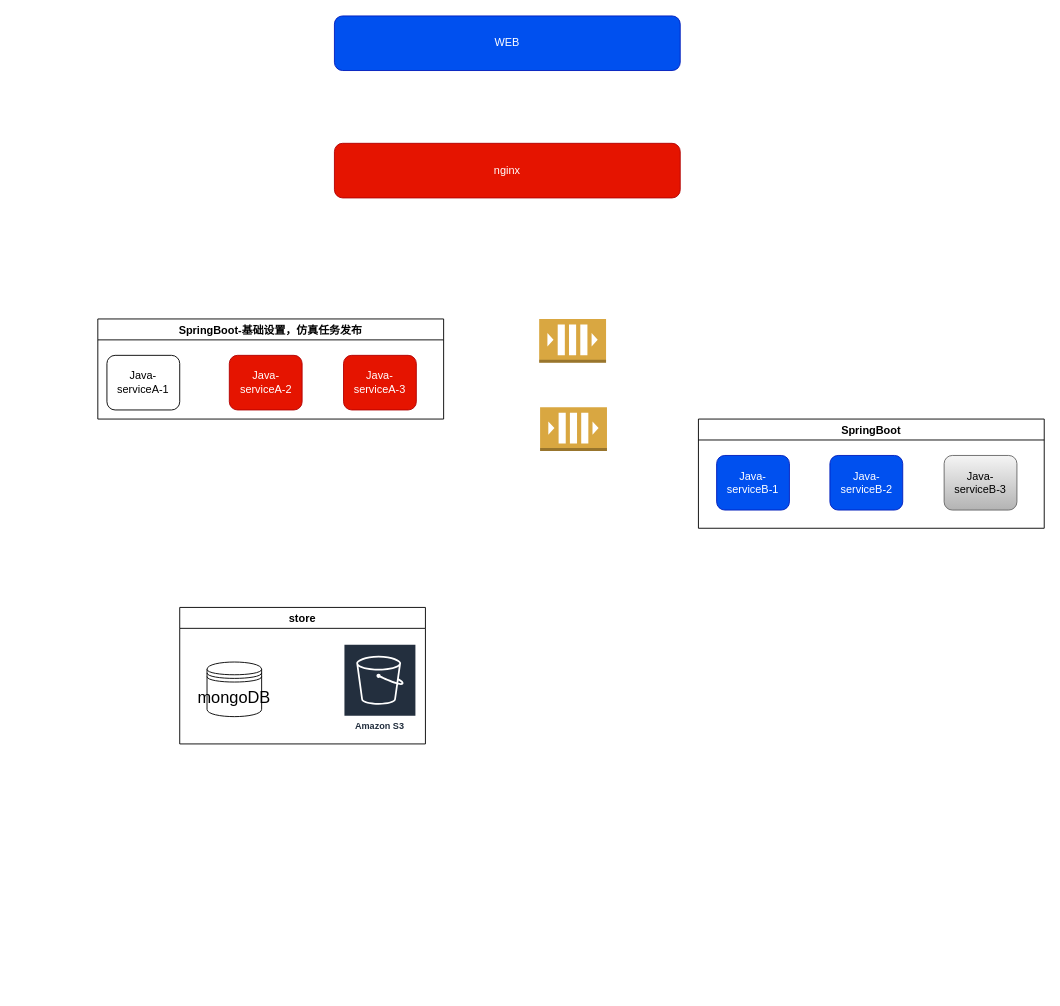
Earlier version of the draw.io diagram doc/TechBusiness.drawio (yezhen701/VTCAD). Source tidied: cells renumbered, new cells numbered last; positions are measured from the earlier drawing's top-left corner, leaving out a move shared by most shapes. Both pictures are drawn from the tidied source at 91%, with x=0, y=0 at pixel (97, 15).
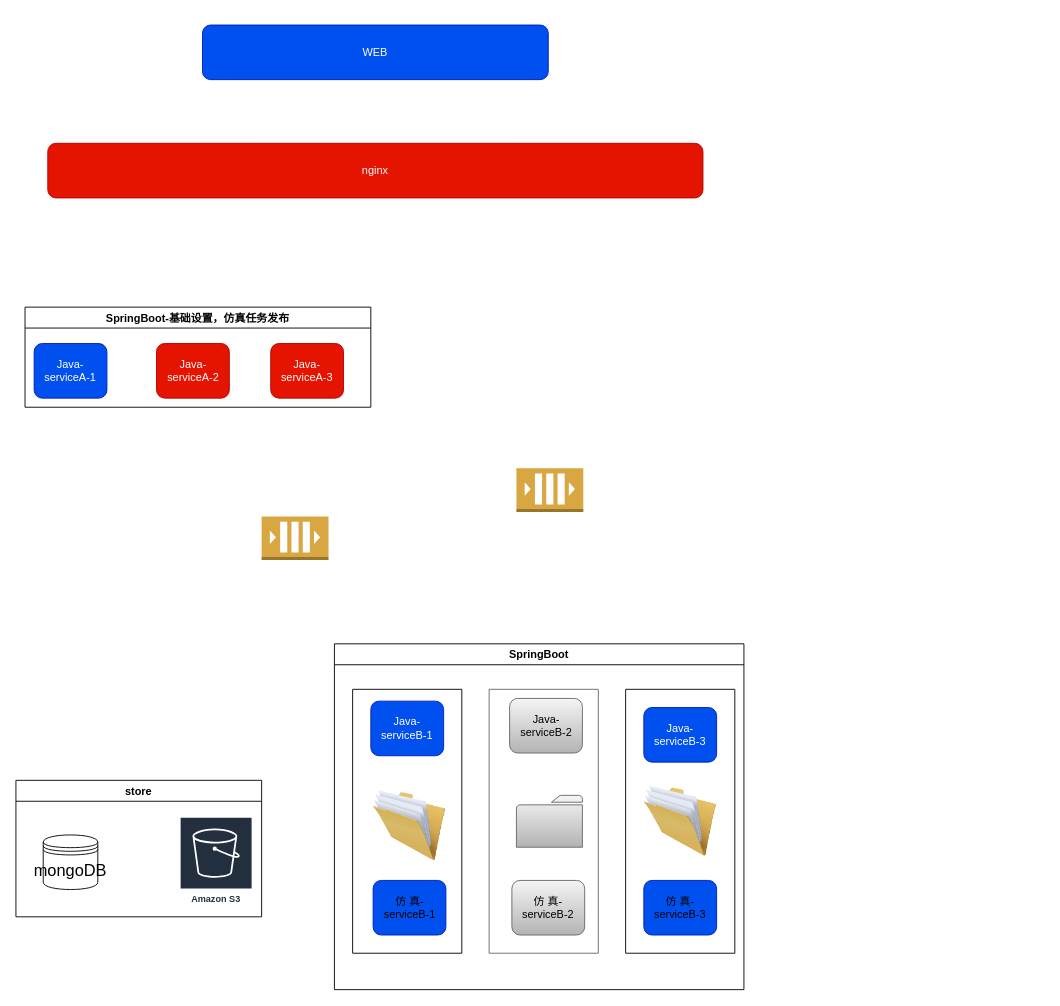
The same page after the edit.

What changed in the source:
```diff
@@
     <mxCell id="2" value="WEB" style="rounded=1;whiteSpace=wrap;html=1;fontColor=#ffffff;strokeColor=#001DBC;fillColor=#0050ef;" parent="1" vertex="1">
-      <mxGeometry x="260" width="380" height="60" as="geometry" />
+      <mxGeometry x="115" y="10" width="380" height="60" as="geometry" />
     </mxCell>
     <mxCell id="3" value="store" style="swimlane;fontColor=default;strokeColor=default;fillColor=default;" parent="1" vertex="1">
-      <mxGeometry x="90" y="650" width="270" height="150" as="geometry" />
+      <mxGeometry x="-90" y="840" width="270" height="150" as="geometry" />
     </mxCell>
@@
     <mxCell id="6" value="nginx" style="rounded=1;whiteSpace=wrap;html=1;fontColor=#ffffff;strokeColor=#B20000;fillColor=#e51400;" parent="1" vertex="1">
-      <mxGeometry x="260" y="140" width="380" height="60" as="geometry" />
+      <mxGeometry x="-55" y="140" width="720" height="60" as="geometry" />
     </mxCell>
     <mxCell id="7" value="SpringBoot-基础设置，仿真任务发布" style="swimlane;fontColor=default;strokeColor=default;fillColor=default;" parent="1" vertex="1">
-      <mxGeometry y="333" width="380" height="110" as="geometry" />
+      <mxGeometry x="-80" y="320" width="380" height="110" as="geometry" />
     </mxCell>
-    <mxCell id="8" value="Java-serviceA-1" style="rounded=1;whiteSpace=wrap;html=1;fontColor=default;strokeColor=default;fillColor=default;" parent="7" vertex="1">
+    <mxCell id="8" value="Java-serviceA-1" style="rounded=1;whiteSpace=wrap;html=1;fontColor=#ffffff;strokeColor=#001DBC;fillColor=#0050ef;" parent="7" vertex="1">
       <mxGeometry x="10" y="40" width="80" height="60" as="geometry" />
     </mxCell>
@@
     <mxCell id="11" value="SpringBoot" style="swimlane;fontColor=default;strokeColor=default;fillColor=default;" parent="1" vertex="1">
-      <mxGeometry x="660" y="443" width="380" height="120" as="geometry" />
+      <mxGeometry x="260" y="690" width="450" height="380" as="geometry" />
     </mxCell>
+    <mxCell id="17" style="swimlane;startSize=0;fontColor=#333333;strokeColor=#666666;fillColor=#E6E6E6;" parent="11" vertex="1">
+      <mxGeometry x="170" y="50" width="120" height="290" as="geometry" />
+    </mxCell>
+    <mxCell id="13" value="Java-serviceB-2" style="rounded=1;whiteSpace=wrap;html=1;strokeColor=#666666;fillColor=#f5f5f5;gradientColor=#b3b3b3;fontColor=default;" parent="17" vertex="1">
+      <mxGeometry x="22.5" y="10" width="80" height="60" as="geometry" />
+    </mxCell>
+    <mxCell id="18" value="仿 真-serviceB-2" style="rounded=1;whiteSpace=wrap;html=1;strokeColor=#666666;fillColor=#f5f5f5;gradientColor=#b3b3b3;fontColor=default;" parent="17" vertex="1">
+      <mxGeometry x="25" y="210" width="80" height="60" as="geometry" />
+    </mxCell>
+    <mxCell id="19" style="sketch=0;shadow=0;dashed=0;html=1;strokeColor=#666666;fillColor=#f5f5f5;labelPosition=center;verticalLabelPosition=bottom;verticalAlign=top;align=center;shape=mxgraph.office.concepts.folder;dashPattern=1 1;labelBackgroundColor=#ffffff;gradientColor=#b3b3b3;fontColor=default;" parent="17" vertex="1">
+      <mxGeometry x="30" y="116.5" width="72.5" height="57" as="geometry" />
+    </mxCell>
+    <mxCell id="20" style="swimlane;startSize=0;fontColor=default;strokeColor=default;fillColor=default;" parent="11" vertex="1">
+      <mxGeometry x="20" y="50" width="120" height="290" as="geometry" />
+    </mxCell>
-    <mxCell id="12" value="Java-serviceB-1" style="rounded=1;whiteSpace=wrap;html=1;fontColor=#ffffff;strokeColor=#001DBC;fillColor=#0050ef;" parent="11" vertex="1">
-      <mxGeometry x="20" y="40" width="80" height="60" as="geometry" />
+    <mxCell id="12" value="Java-serviceB-1" style="rounded=1;whiteSpace=wrap;html=1;fontColor=#ffffff;strokeColor=#001DBC;fillColor=#0050ef;" parent="20" vertex="1">
+      <mxGeometry x="20" y="13" width="80" height="60" as="geometry" />
     </mxCell>
-    <mxCell id="13" value="Java-serviceB-2" style="rounded=1;whiteSpace=wrap;html=1;fontColor=#ffffff;strokeColor=#001DBC;fillColor=#0050ef;" parent="11" vertex="1">
-      <mxGeometry x="144.5" y="40" width="80" height="60" as="geometry" />
-    </mxCell>
+    <mxCell id="21" value="仿 真-serviceB-1" style="rounded=1;whiteSpace=wrap;html=1;fontColor=default;strokeColor=#001DBC;fillColor=#0050ef;" parent="20" vertex="1">
+      <mxGeometry x="22.5" y="210" width="80" height="60" as="geometry" />
+    </mxCell>
+    <mxCell id="22" style="image;html=1;image=img/lib/clip_art/general/Full_Folder_128x128.png;shadow=0;dashed=0;labelBackgroundColor=#ffffff;fontColor=default;strokeColor=default;strokeWidth=2;fillColor=none;verticalAlign=top;" parent="20" vertex="1">
+      <mxGeometry x="22.5" y="110" width="80" height="80" as="geometry" />
+    </mxCell>
+    <mxCell id="23" style="swimlane;startSize=0;fontColor=default;strokeColor=default;fillColor=default;" parent="11" vertex="1">
+      <mxGeometry x="320" y="50" width="120" height="290" as="geometry" />
+    </mxCell>
-    <mxCell id="14" value="Java-serviceB-3" style="rounded=1;whiteSpace=wrap;html=1;strokeColor=#666666;fillColor=#f5f5f5;gradientColor=#b3b3b3;fontColor=default;" parent="11" vertex="1">
-      <mxGeometry x="270" y="40" width="80" height="60" as="geometry" />
+    <mxCell id="14" value="Java-serviceB-3" style="rounded=1;whiteSpace=wrap;html=1;strokeColor=#001DBC;fillColor=#0050ef;fontColor=#ffffff;" parent="23" vertex="1">
+      <mxGeometry x="20" y="20" width="80" height="60" as="geometry" />
     </mxCell>
+    <mxCell id="24" value="仿 真-serviceB-3" style="rounded=1;whiteSpace=wrap;html=1;strokeColor=#001DBC;fillColor=#0050ef;fontColor=default;" parent="23" vertex="1">
+      <mxGeometry x="20" y="210" width="80" height="60" as="geometry" />
+    </mxCell>
+    <mxCell id="25" style="image;html=1;image=img/lib/clip_art/general/Full_Folder_128x128.png;shadow=0;dashed=0;labelBackgroundColor=#ffffff;fontColor=default;strokeColor=default;strokeWidth=2;fillColor=none;verticalAlign=top;" parent="23" vertex="1">
+      <mxGeometry x="20" y="105" width="80" height="80" as="geometry" />
+    </mxCell>
     <mxCell id="15" style="dashed=0;verticalLabelPosition=bottom;verticalAlign=top;align=center;html=1;shape=mxgraph.aws3.queue;fillColor=#D9A741;gradientColor=none;fontColor=default;strokeColor=default;" parent="1" vertex="1">
-      <mxGeometry x="485" y="333" width="73.5" height="48" as="geometry" />
+      <mxGeometry x="460" y="497" width="73.5" height="48" as="geometry" />
     </mxCell>
     <mxCell id="16" style="dashed=0;verticalLabelPosition=bottom;verticalAlign=top;align=center;html=1;shape=mxgraph.aws3.queue;fillColor=#D9A741;gradientColor=none;fontColor=default;strokeColor=default;" parent="1" vertex="1">
-      <mxGeometry x="486" y="430" width="73.5" height="48" as="geometry" />
+      <mxGeometry x="180" y="550" width="73.5" height="48" as="geometry" />
     </mxCell>
```
